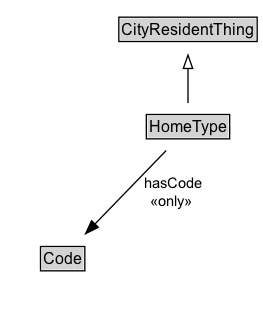
Earlier version of the Graphviz export docs/diagrams/HomeType.dot.png (ISO-TC204/ontology-cdm-p2-v1). Its source is kept beside it as docs/diagrams/HomeType.dot.
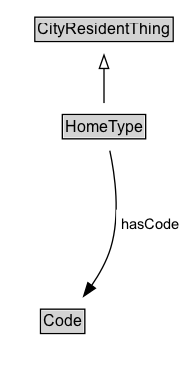
The same file after the commit.

The edit, as a diff of the source:
```diff
@@ -3,18 +3,21 @@
 	node [fontname=Arial fontsize=12 margin=0 shape=none]
 	edge [fontname=Arial fontsize=11]
 	{
+		rank=source
+		CityResidentThing [label=<<TABLE BORDER="1" CELLBORDER="0" CELLSPACING="0" CELLPADDING="1"><TR><TD BGCOLOR="lightgray" ALIGN="CENTER">CityResidentThing</TD></TR></TABLE>> URL="../CityResidentThing" margin=0]
+	}
+	HomeType [label=<<TABLE BORDER="1" CELLBORDER="0" CELLSPACING="0" CELLPADDING="1"><TR><TD BGCOLOR="lightgray" ALIGN="CENTER">HomeType</TD></TR></TABLE>> URL="../HomeType" margin=0]
+	{
 		rank=max
-		HomeType [label=<<TABLE BORDER="1" CELLBORDER="0" CELLSPACING="0" CELLPADDING="1"><TR><TD BGCOLOR="lightgray" ALIGN="CENTER" PORT="e">HomeType</TD></TR></TABLE>> URL="../HomeType.md" margin=0]
 	}
 	subgraph cluster_associated {
 		label="" style=invis
 		Invis [label=<<TABLE BORDER="0" CELLBORDER="0" CELLSPACING="0" CELLPADDING="1"><TR><TD></TD></TR></TABLE>> margin=0 style=invis]
-		Code [label=<<TABLE BORDER="1" CELLBORDER="0" CELLSPACING="0" CELLPADDING="1"><TR><TD BGCOLOR="lightgray" ALIGN="CENTER">Code</TD></TR></TABLE>> URL="../Code.md" margin=0]
+		Code [label=<<TABLE BORDER="1" CELLBORDER="0" CELLSPACING="0" CELLPADDING="1"><TR><TD BGCOLOR="lightgray" ALIGN="CENTER">Code</TD></TR></TABLE>> URL="../Code" margin=0]
 	}
-	CityResidentThing [label=<<TABLE BORDER="1" CELLBORDER="0" CELLSPACING="0" CELLPADDING="1"><TR><TD BGCOLOR="lightgray" ALIGN="CENTER">CityResidentThing</TD></TR></TABLE>> URL="../CityResidentThing.md" margin=0]
 	HomeType -> CityResidentThing [arrowhead=onormal style=solid]
 	HomeType -> Invis [style=invis]
 	Invis -> Code [style=invis]
-	HomeType -> Code [label=" hasCode
- «only»  " arrowhead=normal style=solid]
+	Code [label=<<TABLE BORDER="1" CELLBORDER="0" CELLSPACING="0" CELLPADDING="1"><TR><TD BGCOLOR="lightgray" ALIGN="CENTER">Code</TD></TR></TABLE>> URL="../Code" margin=0]
+	HomeType -> Code [label=<<TABLE BORDER="0" CELLBORDER="0" CELLSPACING="0" CELLPADDING="4" BGCOLOR="white"><TR><TD ALIGN="CENTER">hasCode</TD></TR></TABLE>> arrowhead=normal style=solid]
 }
```
